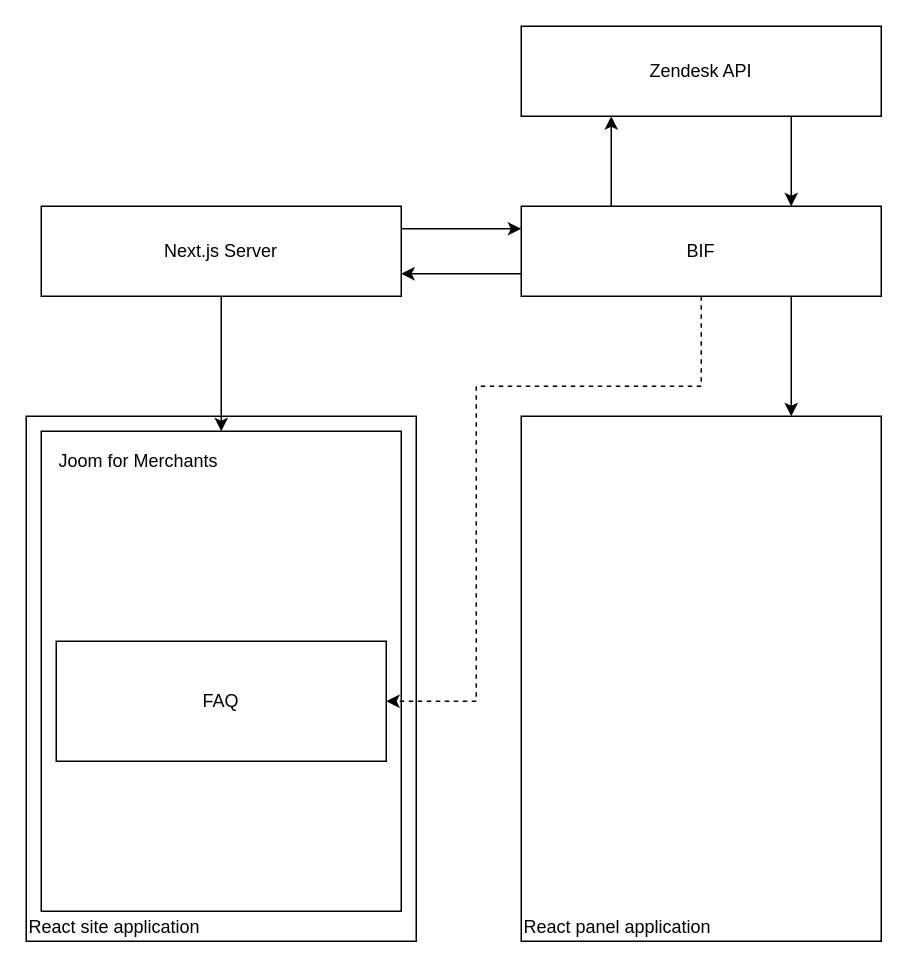
Earlier version of the draw.io diagram merchant-site.drawio (ajile/draw-io). Source tidied: cells renumbered, new cells numbered last; positions are measured from the earlier drawing's top-left corner, leaving out a move shared by most shapes. Both pictures are drawn from the tidied source at 150%, with x=0, y=0 at pixel (26, 26).
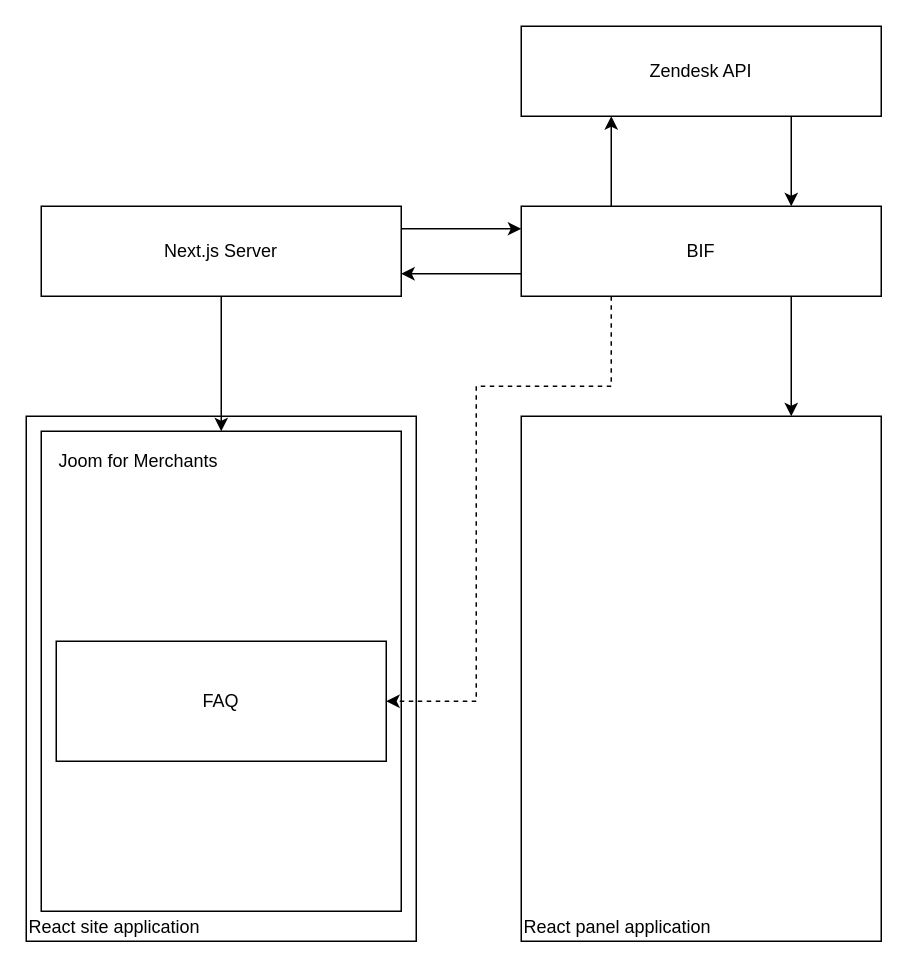
The same page after the edit.

The edit, as a diff of the source:
```diff
@@
 <mxGraphModel>
   <root>
     <mxCell id="0" />
     <mxCell id="1" parent="0" />
     <mxCell id="2" value="React site application" style="rounded=0;whiteSpace=wrap;html=1;align=left;verticalAlign=bottom;" parent="1" vertex="1">
       <mxGeometry y="260" width="260" height="350" as="geometry" />
     </mxCell>
     <mxCell id="3" style="rounded=0;whiteSpace=wrap;html=1;" parent="1" vertex="1">
       <mxGeometry x="10" y="270" width="240" height="320" as="geometry" />
     </mxCell>
     <mxCell id="4" value="Joom for Merchants" style="text;html=1;strokeColor=none;fillColor=none;align=left;verticalAlign=middle;whiteSpace=wrap;rounded=0;" parent="1" vertex="1">
       <mxGeometry x="20" y="280" width="140" height="20" as="geometry" />
     </mxCell>
     <mxCell id="5" value="FAQ" style="rounded=0;whiteSpace=wrap;html=1;align=center;" parent="1" vertex="1">
       <mxGeometry x="20" y="410" width="220" height="80" as="geometry" />
     </mxCell>
     <mxCell id="6" style="edgeStyle=orthogonalEdgeStyle;rounded=0;jettySize=auto;html=1;" parent="1" edge="1" source="8" target="3">
       <mxGeometry relative="1" as="geometry" />
     </mxCell>
     <mxCell id="7" style="edgeStyle=orthogonalEdgeStyle;rounded=0;jettySize=auto;html=1;entryX=0;entryY=0.25;entryDx=0;entryDy=0;exitX=1;exitY=0.25;exitDx=0;exitDy=0;" parent="1" edge="1" source="8" target="13">
       <mxGeometry relative="1" as="geometry" />
     </mxCell>
     <mxCell id="8" value="Next.js Server" style="rounded=0;whiteSpace=wrap;html=1;align=center;" parent="1" vertex="1">
       <mxGeometry x="10" y="120" width="240" height="60" as="geometry" />
     </mxCell>
     <mxCell id="9" style="edgeStyle=orthogonalEdgeStyle;rounded=0;jettySize=auto;html=1;entryX=1;entryY=0.75;entryDx=0;entryDy=0;exitX=0;exitY=0.75;exitDx=0;exitDy=0;" parent="1" edge="1" source="13" target="8">
       <mxGeometry relative="1" as="geometry" />
     </mxCell>
     <mxCell id="10" style="edgeStyle=orthogonalEdgeStyle;rounded=0;jettySize=auto;html=1;entryX=0.25;entryY=1;entryDx=0;entryDy=0;exitX=0.25;exitY=0;exitDx=0;exitDy=0;" parent="1" edge="1" source="13" target="15">
       <mxGeometry relative="1" as="geometry" />
     </mxCell>
-    <mxCell id="11" style="edgeStyle=orthogonalEdgeStyle;rounded=0;jettySize=auto;html=1;entryX=1;entryY=0.5;entryDx=0;entryDy=0;exitX=0.5;exitY=1;exitDx=0;exitDy=0;dashed=1;" parent="1" edge="1" source="13" target="5">
+    <mxCell id="11" style="edgeStyle=orthogonalEdgeStyle;rounded=0;jettySize=auto;html=1;entryX=1;entryY=0.5;entryDx=0;entryDy=0;exitX=0.25;exitY=1;exitDx=0;exitDy=0;dashed=1;" parent="1" edge="1" source="13" target="5">
       <mxGeometry relative="1" as="geometry">
         <Array as="points">
-          <mxPoint x="450" y="240" />
+          <mxPoint x="390" y="240" />
           <mxPoint x="300" y="240" />
           <mxPoint x="300" y="450" />
         </Array>
       </mxGeometry>
     </mxCell>
     <mxCell id="12" style="edgeStyle=orthogonalEdgeStyle;rounded=0;jettySize=auto;html=1;entryX=0.75;entryY=0;entryDx=0;entryDy=0;exitX=0.75;exitY=1;exitDx=0;exitDy=0;" parent="1" edge="1" source="13" target="16">
       <mxGeometry relative="1" as="geometry" />
     </mxCell>
     <mxCell id="13" value="BIF" style="rounded=0;whiteSpace=wrap;html=1;align=center;" parent="1" vertex="1">
       <mxGeometry x="330" y="120" width="240" height="60" as="geometry" />
     </mxCell>
     <mxCell id="14" style="edgeStyle=orthogonalEdgeStyle;rounded=0;jettySize=auto;html=1;entryX=0.75;entryY=0;entryDx=0;entryDy=0;exitX=0.75;exitY=1;exitDx=0;exitDy=0;" parent="1" edge="1" source="15" target="13">
       <mxGeometry relative="1" as="geometry" />
     </mxCell>
     <mxCell id="15" value="Zendesk API" style="rounded=0;whiteSpace=wrap;html=1;align=center;" parent="1" vertex="1">
       <mxGeometry x="330" width="240" height="60" as="geometry" />
     </mxCell>
     <mxCell id="16" value="React panel application" style="rounded=0;whiteSpace=wrap;html=1;align=left;verticalAlign=bottom;" parent="1" vertex="1">
       <mxGeometry x="330" y="260" width="240" height="350" as="geometry" />
     </mxCell>
   </root>
 </mxGraphModel>
```
